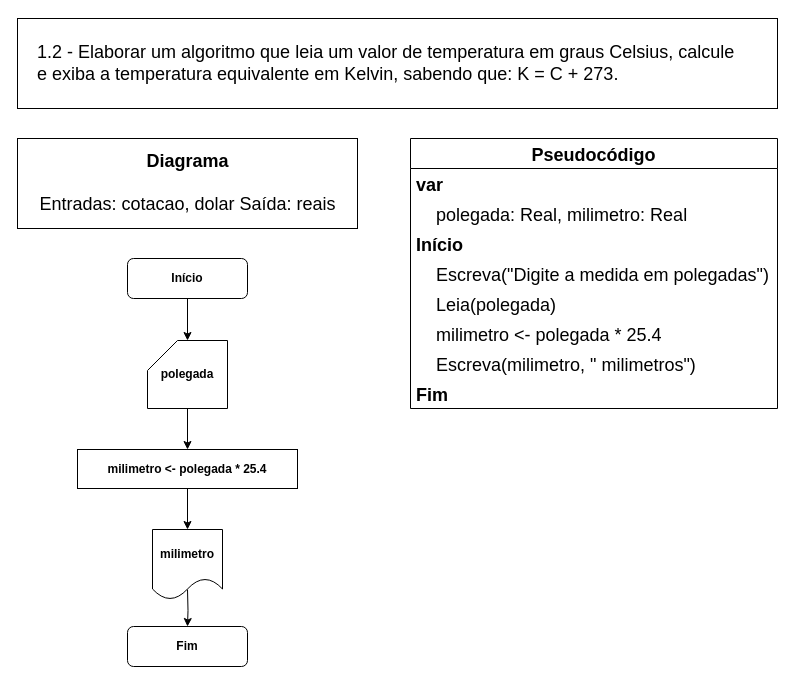
Before: page "Ex. 1.2" (2 of 14) of exercicios.drawio in iSamekh/draw.io, a draw.io diagram. Source tidied: cells renumbered, new cells numbered last; positions are measured from the earlier drawing's top-left corner, leaving out a move shared by most shapes. Both pictures are drawn from the tidied source at 100%, with x=0, y=0 at pixel (17, 18).
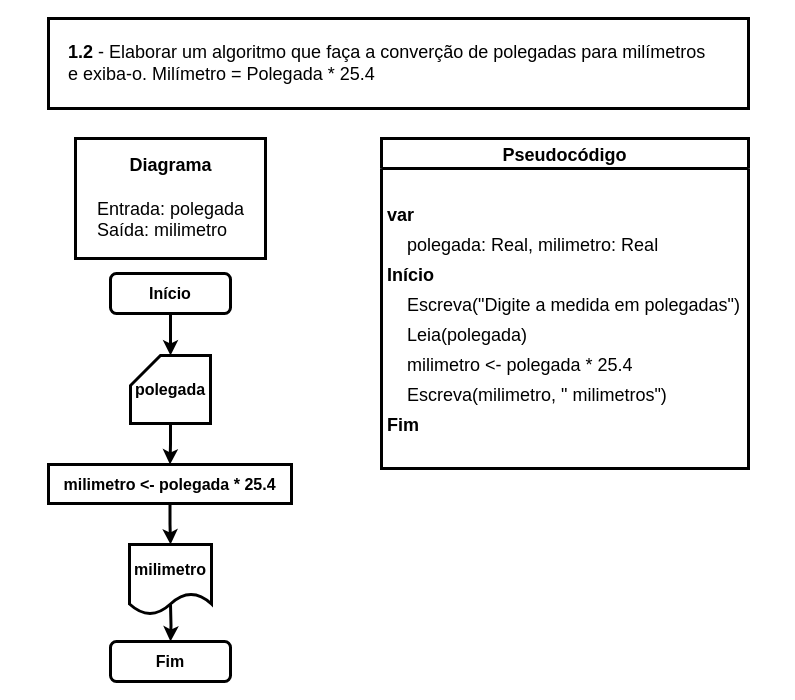
Above is the later version.

What changed in the source:
```diff
@@
-    <mxCell id="2" style="edgeStyle=orthogonalEdgeStyle;rounded=0;jettySize=auto;html=1;" parent="1" edge="1" source="3" target="8">
+    <mxCell id="2" style="edgeStyle=orthogonalEdgeStyle;rounded=0;jettySize=auto;html=1;strokeWidth=3;fontSize=16;" parent="1" edge="1" source="3" target="8">
       <mxGeometry relative="1" as="geometry" />
     </mxCell>
-    <mxCell id="3" value="Início" style="rounded=1;whiteSpace=wrap;html=1;fontSize=12;glass=0;strokeWidth=1;shadow=0;fontStyle=1;" parent="1" vertex="1">
-      <mxGeometry x="110" y="240" width="120" height="40" as="geometry" />
+    <mxCell id="3" value="Início" style="rounded=1;whiteSpace=wrap;html=1;fontSize=16;glass=0;strokeWidth=3;shadow=0;fontStyle=1;" parent="1" vertex="1">
+      <mxGeometry x="93" y="255" width="120" height="40" as="geometry" />
     </mxCell>
-    <mxCell id="4" value="Fim" style="rounded=1;whiteSpace=wrap;html=1;fontSize=12;glass=0;strokeWidth=1;shadow=0;fontStyle=1;" parent="1" vertex="1">
-      <mxGeometry x="110" y="608" width="120" height="40" as="geometry" />
+    <mxCell id="4" value="Fim" style="rounded=1;whiteSpace=wrap;html=1;fontSize=16;glass=0;strokeWidth=3;shadow=0;fontStyle=1;" parent="1" vertex="1">
+      <mxGeometry x="93" y="623" width="120" height="40" as="geometry" />
     </mxCell>
-    <mxCell id="5" style="edgeStyle=orthogonalEdgeStyle;rounded=0;jettySize=auto;html=1;fontStyle=1;" parent="1" edge="1" target="4">
+    <mxCell id="5" style="edgeStyle=orthogonalEdgeStyle;rounded=0;jettySize=auto;html=1;fontStyle=1;strokeWidth=3;fontSize=16;" parent="1" edge="1" target="4">
       <mxGeometry relative="1" as="geometry">
-        <mxPoint x="170" y="571" as="sourcePoint" />
+        <mxPoint x="153" y="586" as="sourcePoint" />
       </mxGeometry>
     </mxCell>
-    <mxCell id="6" value="milimetro" style="shape=document;whiteSpace=wrap;html=1;boundedLbl=1;fontStyle=1;" parent="1" vertex="1">
-      <mxGeometry x="135" y="511" width="70" height="70" as="geometry" />
+    <mxCell id="6" value="milimetro" style="shape=document;whiteSpace=wrap;html=1;boundedLbl=1;fontStyle=1;strokeWidth=3;fontSize=16;" parent="1" vertex="1">
+      <mxGeometry x="112" y="526" width="82" height="70" as="geometry" />
     </mxCell>
-    <mxCell id="7" style="edgeStyle=orthogonalEdgeStyle;rounded=0;jettySize=auto;html=1;" parent="1" edge="1" source="8" target="10">
+    <mxCell id="7" style="edgeStyle=orthogonalEdgeStyle;rounded=0;jettySize=auto;html=1;strokeWidth=3;fontSize=16;" parent="1" edge="1" source="8" target="10">
       <mxGeometry relative="1" as="geometry" />
     </mxCell>
-    <mxCell id="8" value="polegada" style="shape=card;whiteSpace=wrap;html=1;fontStyle=1;" parent="1" vertex="1">
-      <mxGeometry x="130" y="322" width="80" height="68" as="geometry" />
+    <mxCell id="8" value="polegada" style="shape=card;whiteSpace=wrap;html=1;fontStyle=1;strokeWidth=3;fontSize=16;" parent="1" vertex="1">
+      <mxGeometry x="113" y="337" width="80" height="68" as="geometry" />
     </mxCell>
-    <mxCell id="9" style="edgeStyle=orthogonalEdgeStyle;rounded=0;jettySize=auto;html=1;fontStyle=1;" parent="1" edge="1" source="10" target="6">
+    <mxCell id="9" style="edgeStyle=orthogonalEdgeStyle;rounded=0;jettySize=auto;html=1;fontStyle=1;strokeWidth=3;fontSize=16;" parent="1" edge="1" source="10" target="6">
       <mxGeometry relative="1" as="geometry" />
     </mxCell>
-    <mxCell id="10" value="milimetro &amp;lt;- polegada * 25.4" style="rounded=0;whiteSpace=wrap;html=1;fontStyle=1;" parent="1" vertex="1">
-      <mxGeometry x="60" y="431" width="220" height="39" as="geometry" />
+    <mxCell id="10" value="milimetro &amp;lt;- polegada * 25.4" style="rounded=0;whiteSpace=wrap;html=1;fontStyle=1;strokeWidth=3;fontSize=16;" parent="1" vertex="1">
+      <mxGeometry x="31" y="446" width="243" height="39" as="geometry" />
     </mxCell>
-    <mxCell id="11" value="Pseudocódigo" style="swimlane;fontStyle=1;horizontal=1;startSize=30;rounded=0;shadow=0;labelBackgroundColor=#FFFFFF;labelBorderColor=none;sketch=0;fillStyle=auto;strokeColor=default;strokeWidth=1;fillColor=default;swimlaneLine=1;glass=0;arcSize=20;fontSize=18;" parent="1" vertex="1">
-      <mxGeometry x="393" y="120" width="367" height="270" as="geometry" />
+    <mxCell id="11" value="Pseudocódigo" style="swimlane;fontStyle=1;horizontal=1;startSize=30;rounded=0;shadow=0;labelBackgroundColor=#FFFFFF;labelBorderColor=none;sketch=0;fillStyle=auto;strokeColor=default;strokeWidth=3;fillColor=default;swimlaneLine=1;glass=0;arcSize=20;fontSize=18;" parent="1" vertex="1">
+      <mxGeometry x="364" y="120" width="367" height="330" as="geometry" />
     </mxCell>
+    <mxCell id="22" style="text;strokeColor=none;fillColor=none;align=left;verticalAlign=middle;spacingLeft=4;spacingRight=4;overflow=hidden;rounded=1;shadow=0;labelBackgroundColor=none;labelBorderColor=none;sketch=0;fillStyle=auto;strokeWidth=3;glass=0;fontStyle=1;fontSize=18;" parent="11" vertex="1">
+      <mxGeometry y="30" width="367" height="30" as="geometry" />
+    </mxCell>
-    <mxCell id="12" value="var" style="text;strokeColor=none;fillColor=none;align=left;verticalAlign=middle;spacingLeft=4;spacingRight=4;overflow=hidden;rounded=1;shadow=0;labelBackgroundColor=none;labelBorderColor=none;sketch=0;fillStyle=auto;strokeWidth=5;glass=0;fontStyle=1;fontSize=18;" parent="11" vertex="1">
-      <mxGeometry y="30" width="367" height="30" as="geometry" />
+    <mxCell id="12" value="var" style="text;strokeColor=none;fillColor=none;align=left;verticalAlign=middle;spacingLeft=4;spacingRight=4;overflow=hidden;rounded=1;shadow=0;labelBackgroundColor=none;labelBorderColor=none;sketch=0;fillStyle=auto;strokeWidth=3;glass=0;fontStyle=1;fontSize=18;" parent="11" vertex="1">
+      <mxGeometry y="60" width="367" height="30" as="geometry" />
     </mxCell>
-    <mxCell id="13" value="    polegada: Real, milimetro: Real" style="text;strokeColor=none;fillColor=none;align=left;verticalAlign=middle;spacingLeft=4;spacingRight=4;overflow=hidden;rounded=1;shadow=0;labelBackgroundColor=none;labelBorderColor=none;sketch=1;fillStyle=auto;strokeWidth=5;fontSize=18;" parent="11" vertex="1">
-      <mxGeometry y="60" width="367" height="30" as="geometry" />
+    <mxCell id="13" value="    polegada: Real, milimetro: Real" style="text;strokeColor=none;fillColor=none;align=left;verticalAlign=middle;spacingLeft=4;spacingRight=4;overflow=hidden;rounded=1;shadow=0;labelBackgroundColor=none;labelBorderColor=none;sketch=1;fillStyle=auto;strokeWidth=3;fontSize=18;" parent="11" vertex="1">
+      <mxGeometry y="90" width="367" height="30" as="geometry" />
     </mxCell>
-    <mxCell id="14" value="Início" style="text;strokeColor=none;fillColor=none;align=left;verticalAlign=middle;spacingLeft=4;spacingRight=4;overflow=hidden;rounded=1;shadow=0;labelBackgroundColor=none;labelBorderColor=none;sketch=1;fillStyle=auto;strokeWidth=5;fontStyle=1;fontSize=18;" parent="11" vertex="1">
-      <mxGeometry y="90" width="367" height="30" as="geometry" />
+    <mxCell id="14" value="Início" style="text;strokeColor=none;fillColor=none;align=left;verticalAlign=middle;spacingLeft=4;spacingRight=4;overflow=hidden;rounded=1;shadow=0;labelBackgroundColor=none;labelBorderColor=none;sketch=1;fillStyle=auto;strokeWidth=3;fontStyle=1;fontSize=18;" parent="11" vertex="1">
+      <mxGeometry y="120" width="367" height="30" as="geometry" />
     </mxCell>
-    <mxCell id="15" value="     Escreva(&quot;Digite a medida em polegadas&quot;)" style="text;strokeColor=none;fillColor=none;align=left;verticalAlign=middle;spacingLeft=4;spacingRight=4;overflow=hidden;rounded=1;shadow=0;labelBackgroundColor=none;labelBorderColor=none;sketch=1;fillStyle=auto;strokeWidth=5;fontStyle=0;fontSize=18;" parent="11" vertex="1">
-      <mxGeometry y="120" width="367" height="30" as="geometry" />
+    <mxCell id="15" value="     Escreva(&quot;Digite a medida em polegadas&quot;)" style="text;strokeColor=none;fillColor=none;align=left;verticalAlign=middle;spacingLeft=4;spacingRight=4;overflow=hidden;rounded=1;shadow=0;labelBackgroundColor=none;labelBorderColor=none;sketch=1;fillStyle=auto;strokeWidth=3;fontStyle=0;fontSize=18;" parent="11" vertex="1">
+      <mxGeometry y="150" width="367" height="30" as="geometry" />
     </mxCell>
-    <mxCell id="16" value="     Leia(polegada)" style="text;strokeColor=none;fillColor=none;align=left;verticalAlign=middle;spacingLeft=4;spacingRight=4;overflow=hidden;rounded=1;shadow=0;labelBackgroundColor=none;labelBorderColor=none;sketch=1;fillStyle=auto;strokeWidth=5;fontStyle=0;fontSize=18;" parent="11" vertex="1">
-      <mxGeometry y="150" width="367" height="30" as="geometry" />
+    <mxCell id="16" value="     Leia(polegada)" style="text;strokeColor=none;fillColor=none;align=left;verticalAlign=middle;spacingLeft=4;spacingRight=4;overflow=hidden;rounded=1;shadow=0;labelBackgroundColor=none;labelBorderColor=none;sketch=1;fillStyle=auto;strokeWidth=3;fontStyle=0;fontSize=18;" parent="11" vertex="1">
+      <mxGeometry y="180" width="367" height="30" as="geometry" />
     </mxCell>
-    <mxCell id="17" value="    milimetro &lt;- polegada * 25.4" style="text;strokeColor=none;fillColor=none;align=left;verticalAlign=middle;spacingLeft=4;spacingRight=4;overflow=hidden;rounded=1;shadow=0;labelBackgroundColor=none;labelBorderColor=none;sketch=1;fillStyle=auto;strokeWidth=5;fontStyle=0;fontSize=18;" parent="11" vertex="1">
-      <mxGeometry y="180" width="367" height="30" as="geometry" />
+    <mxCell id="17" value="    milimetro &lt;- polegada * 25.4" style="text;strokeColor=none;fillColor=none;align=left;verticalAlign=middle;spacingLeft=4;spacingRight=4;overflow=hidden;rounded=1;shadow=0;labelBackgroundColor=none;labelBorderColor=none;sketch=1;fillStyle=auto;strokeWidth=3;fontStyle=0;fontSize=18;" parent="11" vertex="1">
+      <mxGeometry y="210" width="367" height="30" as="geometry" />
     </mxCell>
-    <mxCell id="18" value="     Escreva(milimetro, &quot; milimetros&quot;)" style="text;strokeColor=none;fillColor=none;align=left;verticalAlign=middle;spacingLeft=4;spacingRight=4;overflow=hidden;rounded=1;shadow=0;labelBackgroundColor=none;labelBorderColor=none;sketch=1;fillStyle=auto;strokeWidth=5;fontStyle=0;fontSize=18;" parent="11" vertex="1">
-      <mxGeometry y="210" width="367" height="30" as="geometry" />
+    <mxCell id="18" value="     Escreva(milimetro, &quot; milimetros&quot;)" style="text;strokeColor=none;fillColor=none;align=left;verticalAlign=middle;spacingLeft=4;spacingRight=4;overflow=hidden;rounded=1;shadow=0;labelBackgroundColor=none;labelBorderColor=none;sketch=1;fillStyle=auto;strokeWidth=3;fontStyle=0;fontSize=18;" parent="11" vertex="1">
+      <mxGeometry y="240" width="367" height="30" as="geometry" />
     </mxCell>
-    <mxCell id="19" value="Fim" style="text;strokeColor=none;fillColor=none;align=left;verticalAlign=middle;spacingLeft=4;spacingRight=4;overflow=hidden;rounded=1;shadow=0;labelBackgroundColor=none;labelBorderColor=none;sketch=1;fillStyle=auto;strokeWidth=5;fontStyle=1;fontSize=18;" parent="11" vertex="1">
-      <mxGeometry y="240" width="367" height="30" as="geometry" />
+    <mxCell id="19" value="Fim" style="text;strokeColor=none;fillColor=none;align=left;verticalAlign=middle;spacingLeft=4;spacingRight=4;overflow=hidden;rounded=1;shadow=0;labelBackgroundColor=none;labelBorderColor=none;sketch=1;fillStyle=auto;strokeWidth=3;fontStyle=1;fontSize=18;" parent="11" vertex="1">
+      <mxGeometry y="270" width="367" height="30" as="geometry" />
     </mxCell>
+    <mxCell id="23" style="text;strokeColor=none;fillColor=none;align=left;verticalAlign=middle;spacingLeft=4;spacingRight=4;overflow=hidden;rounded=1;shadow=0;labelBackgroundColor=none;labelBorderColor=none;sketch=1;fillStyle=auto;strokeWidth=3;fontStyle=1;fontSize=18;" parent="11" vertex="1">
+      <mxGeometry y="300" width="367" height="30" as="geometry" />
+    </mxCell>
-    <mxCell id="20" value="&lt;font style=&quot;font-size: 18px;&quot;&gt;1.2 - Elaborar um algoritmo que leia um valor de temperatura em graus Celsius, calcule &lt;br&gt;e exiba a temperatura equivalente em Kelvin, sabendo que: K = C + 273.&lt;/font&gt;" style="text;html=1;align=left;verticalAlign=middle;rounded=0;labelBackgroundColor=#FFF;fillColor=default;gradientColor=none;strokeColor=default;fontSize=18;perimeterSpacing=0;spacing=20;" parent="1" vertex="1">
-      <mxGeometry width="760" height="90" as="geometry" />
+    <mxCell id="20" value="&lt;font style=&quot;font-size: 18px;&quot;&gt;&lt;b&gt;1.2&lt;/b&gt; - Elaborar um algoritmo que faça a converção de polegadas para milímetros&lt;br&gt;e exiba-o.&lt;span style=&quot;white-space: pre;&quot;&gt; &lt;/span&gt;Milímetro = Polegada * 25.4&lt;br&gt;&lt;/font&gt;" style="text;html=1;align=left;verticalAlign=middle;rounded=0;labelBackgroundColor=#FFF;fillColor=default;gradientColor=none;strokeColor=default;fontSize=18;perimeterSpacing=0;spacing=20;strokeWidth=3;" parent="1" vertex="1">
+      <mxGeometry x="31" width="700" height="90" as="geometry" />
     </mxCell>
-    <mxCell id="21" value="&lt;font style=&quot;font-size: 18px;&quot;&gt;&lt;b style=&quot;font-size: 18px;&quot;&gt;Diagrama&lt;br&gt;&lt;/b&gt;&lt;br style=&quot;font-size: 18px;&quot;&gt;&lt;div style=&quot;text-align: left; font-size: 18px;&quot;&gt;&lt;span style=&quot;font-size: 18px;&quot;&gt;&lt;font style=&quot;font-size: 18px;&quot;&gt;Entradas: cotacao, dolar&lt;span style=&quot;white-space: pre;&quot;&gt; &lt;/span&gt;&lt;/font&gt;&lt;/span&gt;Saída: reais&lt;/div&gt;&lt;/font&gt;" style="text;html=1;align=center;verticalAlign=middle;fillColor=default;strokeColor=default;rounded=0;shadow=0;glass=0;labelBackgroundColor=#FFFFFF;labelBorderColor=none;sketch=0;fillStyle=auto;strokeWidth=1;fontSize=18;spacing=10;" parent="1" vertex="1">
-      <mxGeometry y="120" width="340" height="90" as="geometry" />
+    <mxCell id="21" value="&lt;font style=&quot;font-size: 18px;&quot;&gt;&lt;b style=&quot;font-size: 18px;&quot;&gt;Diagrama&lt;br&gt;&lt;/b&gt;&lt;br style=&quot;font-size: 18px;&quot;&gt;&lt;div style=&quot;text-align: left; font-size: 18px;&quot;&gt;&lt;span style=&quot;font-size: 18px;&quot;&gt;&lt;font style=&quot;font-size: 18px;&quot;&gt;Entrada: polegada&lt;/font&gt;&lt;/span&gt;&lt;/div&gt;&lt;div style=&quot;text-align: left; font-size: 18px;&quot;&gt;Saída: milimetro&lt;/div&gt;&lt;/font&gt;" style="text;html=1;align=center;verticalAlign=middle;fillColor=default;strokeColor=default;rounded=0;shadow=0;glass=0;labelBackgroundColor=#FFFFFF;labelBorderColor=none;sketch=0;fillStyle=auto;strokeWidth=3;fontSize=18;spacing=10;" parent="1" vertex="1">
+      <mxGeometry x="58" y="120" width="190" height="120" as="geometry" />
     </mxCell>
```
